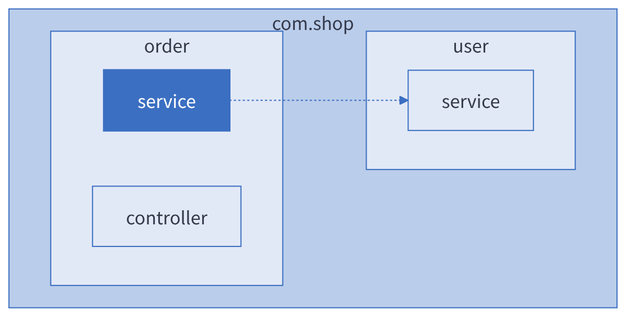
Earlier version of the Mermaid export docs/assets/package.png (huang-hee/diagram-kit). Its source is kept beside it as docs/assets/package.mmd. Source of this version:
```mermaid
---
config:
  theme: base
  fontFamily: "PingFang SC, Microsoft YaHei, Noto Sans CJK SC, Source Han Sans SC, sans-serif"
  themeVariables:
    background: "#FFFFFF"
    primaryColor: "#FFFFFF"
    primaryBorderColor: "#3B6FC2"
    primaryTextColor: "#33384A"
    nodeTextColor: "#33384A"
    secondaryColor: "#FBDBD1"
    tertiaryColor: "#EBF1F9"
    lineColor: "#3B6FC2"
    textColor: "#33384A"
    clusterBkg: "#EBF1F9"
    clusterBorder: "#3B6FC2"
    edgeLabelBackground: "#FFFFFF"
    titleColor: "#33384A"
    noteBkgColor: "#FFF6CE"
    noteBorderColor: "#A6A086"
    noteTextColor: "#33384A"
---
flowchart TB
  subgraph APP[com.shop]
    subgraph ORDER[order]
      O1[controller]:::pkg2
      O2[service]:::focus
    end
    subgraph USER[user]
      U1[service]:::pkg2
    end
  end
  O2 -.-> U1
  class APP pkg1
  class ORDER,USER pkg2
classDef pkg1 fill:#BACDEA,stroke:#3B6FC2,color:#33384A
classDef pkg2 fill:#E2E9F6,stroke:#3B6FC2,color:#33384A
classDef focus fill:#3B6FC2,stroke:#3B6FC2,color:#FFFFFF,stroke-width:2px
```
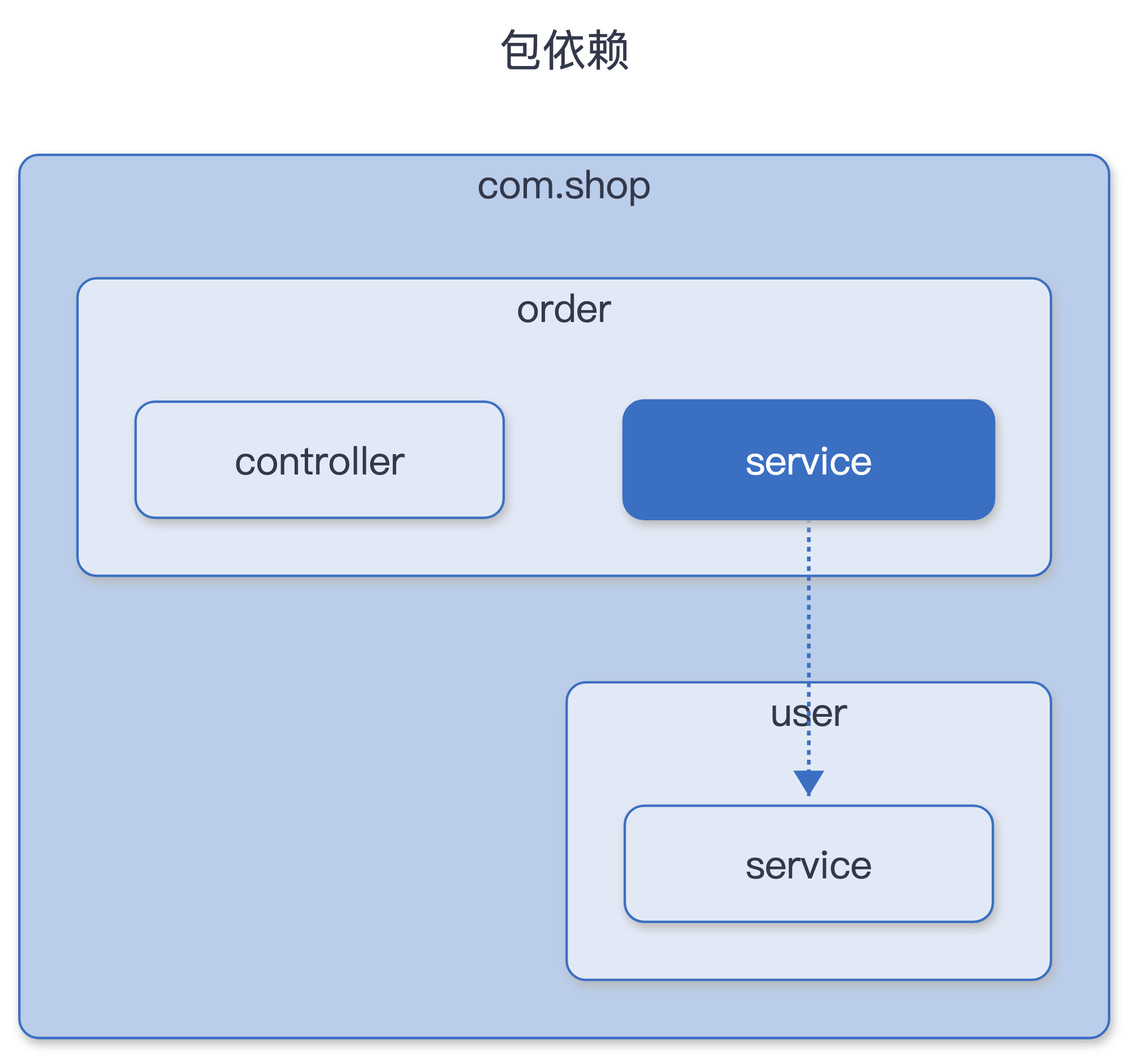
After the commit.

Change to the diagram source:
```diff
@@ -1,7 +1,14 @@
 ---
+title: "包依赖"
 config:
   theme: base
   fontFamily: "PingFang SC, Microsoft YaHei, Noto Sans CJK SC, Source Han Sans SC, sans-serif"
+  flowchart:
+    curve: "step"
+    nodeSpacing: 50
+    rankSpacing: 60
+    padding: 12
+    wrappingWidth: 300
   themeVariables:
     background: "#FFFFFF"
     primaryColor: "#FFFFFF"
@@ -33,6 +40,7 @@
   O2 -.-> U1
   class APP pkg1
   class ORDER,USER pkg2
-classDef pkg1 fill:#BACDEA,stroke:#3B6FC2,color:#33384A
-classDef pkg2 fill:#E2E9F6,stroke:#3B6FC2,color:#33384A
-classDef focus fill:#3B6FC2,stroke:#3B6FC2,color:#FFFFFF,stroke-width:2px
+classDef pkg1 fill:#BACDEA,stroke:#3B6FC2,color:#33384A,rx:8,ry:8
+classDef pkg2 fill:#E2E9F6,stroke:#3B6FC2,color:#33384A,rx:8,ry:8
+classDef focus fill:#3B6FC2,stroke:#3B6FC2,color:#FFFFFF,stroke-width:2px,rx:8,ry:8
+linkStyle default stroke-width:1.5px
```
